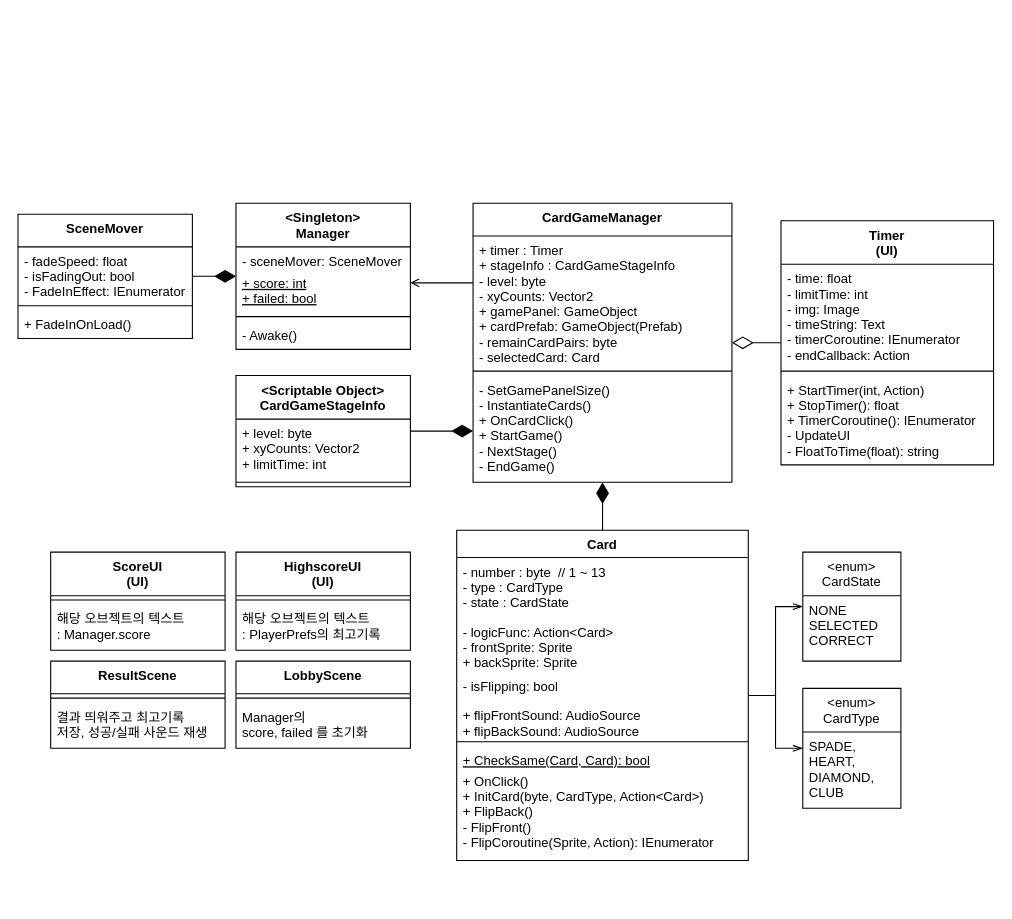
Above: Diagram.drawio in s-saens/CardMemory (draw.io), before the change. Source tidied: cells renumbered, new cells numbered last; positions are measured from the earlier drawing's top-left corner, leaving out a move shared by most shapes. Both pictures are drawn from the tidied source at 109%, with x=0, y=0 at pixel (17, 203).
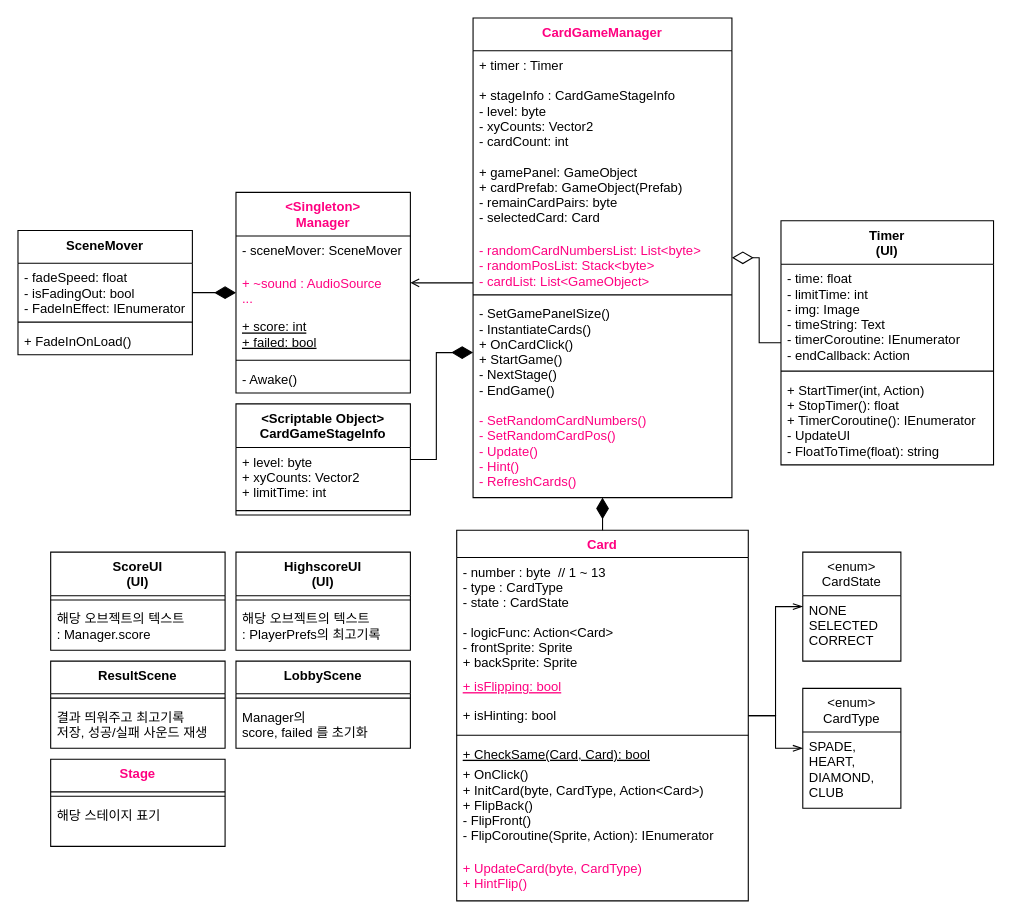
After the change.

Change to the diagram source:
```diff
@@
-    <mxCell id="2" value="&lt;Singleton&gt;&#10;Manager" style="swimlane;fontStyle=1;align=center;verticalAlign=top;horizontal=1;startSize=40;" parent="1" vertex="1">
-      <mxGeometry x="200" width="160" height="134" as="geometry" />
+    <mxCell id="2" value="&lt;Singleton&gt;&#10;Manager" style="swimlane;fontStyle=1;align=center;verticalAlign=top;horizontal=1;startSize=40;fontColor=#FF0080;" parent="1" vertex="1">
+      <mxGeometry x="200" y="-10" width="160" height="184" as="geometry" />
     </mxCell>
     <mxCell id="3" value="- sceneMover: SceneMover" style="text;strokeColor=none;fillColor=none;align=left;verticalAlign=top;spacingLeft=4;spacingRight=4;overflow=hidden;fontStyle=0;" parent="2" vertex="1">
-      <mxGeometry y="40" width="160" height="20" as="geometry" />
+      <mxGeometry y="40" width="160" height="30" as="geometry" />
     </mxCell>
+    <mxCell id="53" value="+ ~sound : AudioSource&#10;..." style="text;strokeColor=none;fillColor=none;align=left;verticalAlign=top;spacingLeft=4;spacingRight=4;overflow=hidden;fontStyle=0;fontColor=#FF0080;" parent="2" vertex="1">
+      <mxGeometry y="70" width="160" height="40" as="geometry" />
+    </mxCell>
     <mxCell id="4" value="+ score: int&#10;+ failed: bool" style="text;strokeColor=none;fillColor=none;align=left;verticalAlign=top;spacingLeft=4;spacingRight=4;overflow=hidden;fontStyle=4;" parent="2" vertex="1">
-      <mxGeometry y="60" width="160" height="40" as="geometry" />
+      <mxGeometry y="110" width="160" height="40" as="geometry" />
     </mxCell>
     <mxCell id="5" style="line;strokeWidth=1;fillColor=none;align=left;verticalAlign=middle;spacingTop=-1;spacingLeft=3;spacingRight=3;labelPosition=right;" parent="2" vertex="1">
-      <mxGeometry y="100" width="160" height="8" as="geometry" />
+      <mxGeometry y="150" width="160" height="8" as="geometry" />
     </mxCell>
     <mxCell id="6" value="- Awake()" style="text;strokeColor=none;fillColor=none;align=left;verticalAlign=top;spacingLeft=4;spacingRight=4;overflow=hidden;" parent="2" vertex="1">
-      <mxGeometry y="108" width="160" height="26" as="geometry" />
+      <mxGeometry y="158" width="160" height="26" as="geometry" />
     </mxCell>
@@
-    <mxCell id="9" value="CardGameManager" style="swimlane;fontStyle=1;align=center;verticalAlign=top;horizontal=1;startSize=30;" parent="1" vertex="1">
-      <mxGeometry x="417.5" width="237.5" height="256" as="geometry" />
+    <mxCell id="9" value="CardGameManager" style="swimlane;fontStyle=1;align=center;verticalAlign=top;horizontal=1;startSize=30;fontColor=#FF0080;" parent="1" vertex="1">
+      <mxGeometry x="417.5" y="-170" width="237.5" height="440" as="geometry" />
     </mxCell>
-    <mxCell id="10" value="+ timer : Timer&#10;+ stageInfo : CardGameStageInfo&#10;- level: byte&#10;- xyCounts: Vector2&#10;+ gamePanel: GameObject&#10;+ cardPrefab: GameObject(Prefab)&#10;- remainCardPairs: byte&#10;- selectedCard: Card&#10;&#10;" style="text;strokeColor=none;fillColor=none;align=left;verticalAlign=top;spacingLeft=4;spacingRight=4;overflow=hidden;" parent="9" vertex="1">
-      <mxGeometry y="30" width="237.5" height="120" as="geometry" />
+    <mxCell id="10" value="+ timer : Timer&#10;&#10;+ stageInfo : CardGameStageInfo&#10;- level: byte&#10;- xyCounts: Vector2&#10;- cardCount: int&#10;&#10;+ gamePanel: GameObject&#10;+ cardPrefab: GameObject(Prefab)&#10;- remainCardPairs: byte&#10;- selectedCard: Card&#10;" style="text;strokeColor=none;fillColor=none;align=left;verticalAlign=top;spacingLeft=4;spacingRight=4;overflow=hidden;" parent="9" vertex="1">
+      <mxGeometry y="30" width="237.5" height="170" as="geometry" />
     </mxCell>
+    <mxCell id="54" value="- randomCardNumbersList: List&lt;byte&gt;&#10;- randomPosList: Stack&lt;byte&gt;&#10;- cardList: List&lt;GameObject&gt;" style="text;strokeColor=none;fillColor=none;align=left;verticalAlign=top;spacingLeft=4;spacingRight=4;overflow=hidden;fontColor=#FF0080;" parent="9" vertex="1">
+      <mxGeometry y="200" width="237.5" height="50" as="geometry" />
+    </mxCell>
     <mxCell id="11" style="line;strokeWidth=1;fillColor=none;align=left;verticalAlign=middle;spacingTop=-1;spacingLeft=3;spacingRight=3;labelPosition=right;" parent="9" vertex="1">
-      <mxGeometry y="150" width="237.5" height="8" as="geometry" />
+      <mxGeometry y="250" width="237.5" height="8" as="geometry" />
     </mxCell>
     <mxCell id="12" value="- SetGamePanelSize()&#10;- InstantiateCards()&#10;+ OnCardClick()&#10;+ StartGame()&#10;- NextStage()&#10;- EndGame()" style="text;strokeColor=none;fillColor=none;align=left;verticalAlign=top;spacingLeft=4;spacingRight=4;overflow=hidden;points=[[0,0.5],[1,0.5]];portConstraint=eastwest;" parent="9" vertex="1">
-      <mxGeometry y="158" width="237.5" height="98" as="geometry" />
+      <mxGeometry y="258" width="237.5" height="98" as="geometry" />
     </mxCell>
+    <mxCell id="55" value="- SetRandomCardNumbers()&#10;- SetRandomCardPos()&#10;- Update()&#10;- Hint()&#10;- RefreshCards()" style="text;strokeColor=none;fillColor=none;align=left;verticalAlign=top;spacingLeft=4;spacingRight=4;overflow=hidden;fontColor=#FF0080;" parent="9" vertex="1">
+      <mxGeometry y="356" width="237.5" height="84" as="geometry" />
+    </mxCell>
@@
-    <mxCell id="15" value="Card" style="swimlane;fontStyle=1;align=center;verticalAlign=top;horizontal=1;startSize=25;" parent="1" vertex="1">
-      <mxGeometry x="402.5" y="300" width="267.5" height="303" as="geometry" />
+    <mxCell id="15" value="Card" style="swimlane;fontStyle=1;align=center;verticalAlign=top;horizontal=1;startSize=25;fontColor=#FF0080;" parent="1" vertex="1">
+      <mxGeometry x="402.5" y="300" width="267.5" height="340" as="geometry" />
     </mxCell>
@@
-    <mxCell id="18" value="- isFlipping: bool" style="text;strokeColor=none;fillColor=none;align=left;verticalAlign=top;spacingLeft=4;spacingRight=4;overflow=hidden;" parent="15" vertex="1">
+    <mxCell id="18" value="+ isFlipping: bool" style="text;strokeColor=none;fillColor=none;align=left;verticalAlign=top;spacingLeft=4;spacingRight=4;overflow=hidden;fontColor=#FF0080;fontStyle=4;" parent="15" vertex="1">
       <mxGeometry y="130" width="267.5" height="27" as="geometry" />
     </mxCell>
-    <mxCell id="19" value="+ flipFrontSound: AudioSource&#10;+ flipBackSound: AudioSource" style="text;strokeColor=none;fillColor=none;align=left;verticalAlign=top;spacingLeft=4;spacingRight=4;overflow=hidden;" parent="15" vertex="1">
-      <mxGeometry y="157" width="267.5" height="33" as="geometry" />
-    </mxCell>
+    <mxCell id="56" value="+ isHinting: bool" style="text;strokeColor=none;fillColor=none;align=left;verticalAlign=top;spacingLeft=4;spacingRight=4;overflow=hidden;fontStyle=0;" parent="15" vertex="1">
+      <mxGeometry y="157" width="267.5" height="27" as="geometry" />
+    </mxCell>
     <mxCell id="20" style="line;strokeWidth=1;fillColor=none;align=left;verticalAlign=middle;spacingTop=-1;spacingLeft=3;spacingRight=3;labelPosition=right;" parent="15" vertex="1">
-      <mxGeometry y="190" width="267.5" height="8" as="geometry" />
+      <mxGeometry y="184" width="267.5" height="8" as="geometry" />
     </mxCell>
     <mxCell id="21" value="+ CheckSame(Card, Card): bool" style="text;strokeColor=none;fillColor=none;align=left;verticalAlign=top;spacingLeft=4;spacingRight=4;overflow=hidden;fontStyle=4;" parent="15" vertex="1">
-      <mxGeometry y="198" width="267.5" height="19" as="geometry" />
+      <mxGeometry y="192" width="267.5" height="19" as="geometry" />
     </mxCell>
     <mxCell id="22" value="+ OnClick()&#10;+ InitCard(byte, CardType, Action&lt;Card&gt;)&#10;+ FlipBack()&#10;- FlipFront()&#10;- FlipCoroutine(Sprite, Action): IEnumerator" style="text;strokeColor=none;fillColor=none;align=left;verticalAlign=top;spacingLeft=4;spacingRight=4;overflow=hidden;" parent="15" vertex="1">
-      <mxGeometry y="217" width="267.5" height="86" as="geometry" />
+      <mxGeometry y="211" width="267.5" height="86" as="geometry" />
     </mxCell>
+    <mxCell id="57" value="+ UpdateCard(byte, CardType)&#10;+ HintFlip()" style="text;strokeColor=none;fillColor=none;align=left;verticalAlign=top;spacingLeft=4;spacingRight=4;overflow=hidden;fontColor=#FF0080;" parent="15" vertex="1">
+      <mxGeometry y="297" width="267.5" height="43" as="geometry" />
+    </mxCell>
@@
     <mxCell id="29" value="&lt;Scriptable Object&gt;&#10;CardGameStageInfo" style="swimlane;fontStyle=1;align=center;verticalAlign=top;horizontal=1;startSize=40;" parent="1" vertex="1">
-      <mxGeometry x="200" y="158" width="160" height="102" as="geometry" />
+      <mxGeometry x="200" y="184" width="160" height="102" as="geometry" />
     </mxCell>
@@
     <mxCell id="32" style="edgeStyle=orthogonalEdgeStyle;rounded=0;jettySize=auto;html=1;endArrow=diamondThin;endFill=1;strokeWidth=1;endSize=17;" parent="1" edge="1" source="29" target="12">
-      <mxGeometry relative="1" as="geometry">
-        <Array as="points">
-          <mxPoint x="310" y="207" />
-          <mxPoint x="310" y="207" />
-        </Array>
-      </mxGeometry>
+      <mxGeometry relative="1" as="geometry" />
     </mxCell>
@@
     <mxCell id="35" value="SceneMover" style="swimlane;fontStyle=1;align=center;verticalAlign=top;horizontal=1;startSize=30;" parent="1" vertex="1">
-      <mxGeometry y="10" width="160" height="114" as="geometry" />
+      <mxGeometry y="25" width="160" height="114" as="geometry" />
     </mxCell>
@@
+    <mxCell id="58" value="Stage" style="swimlane;fontStyle=1;align=center;verticalAlign=top;horizontal=1;startSize=30;fontColor=#FF0080;" parent="1" vertex="1">
+      <mxGeometry x="30" y="510" width="160" height="80" as="geometry" />
+    </mxCell>
+    <mxCell id="59" style="line;strokeWidth=1;fillColor=none;align=left;verticalAlign=middle;spacingTop=-1;spacingLeft=3;spacingRight=3;labelPosition=right;" parent="58" vertex="1">
+      <mxGeometry y="30" width="160" height="8" as="geometry" />
+    </mxCell>
+    <mxCell id="60" value="해당 스테이지 표기" style="text;strokeColor=none;fillColor=none;align=left;verticalAlign=top;spacingLeft=4;spacingRight=4;overflow=hidden;" parent="58" vertex="1">
+      <mxGeometry y="38" width="160" height="42" as="geometry" />
+    </mxCell>
```
